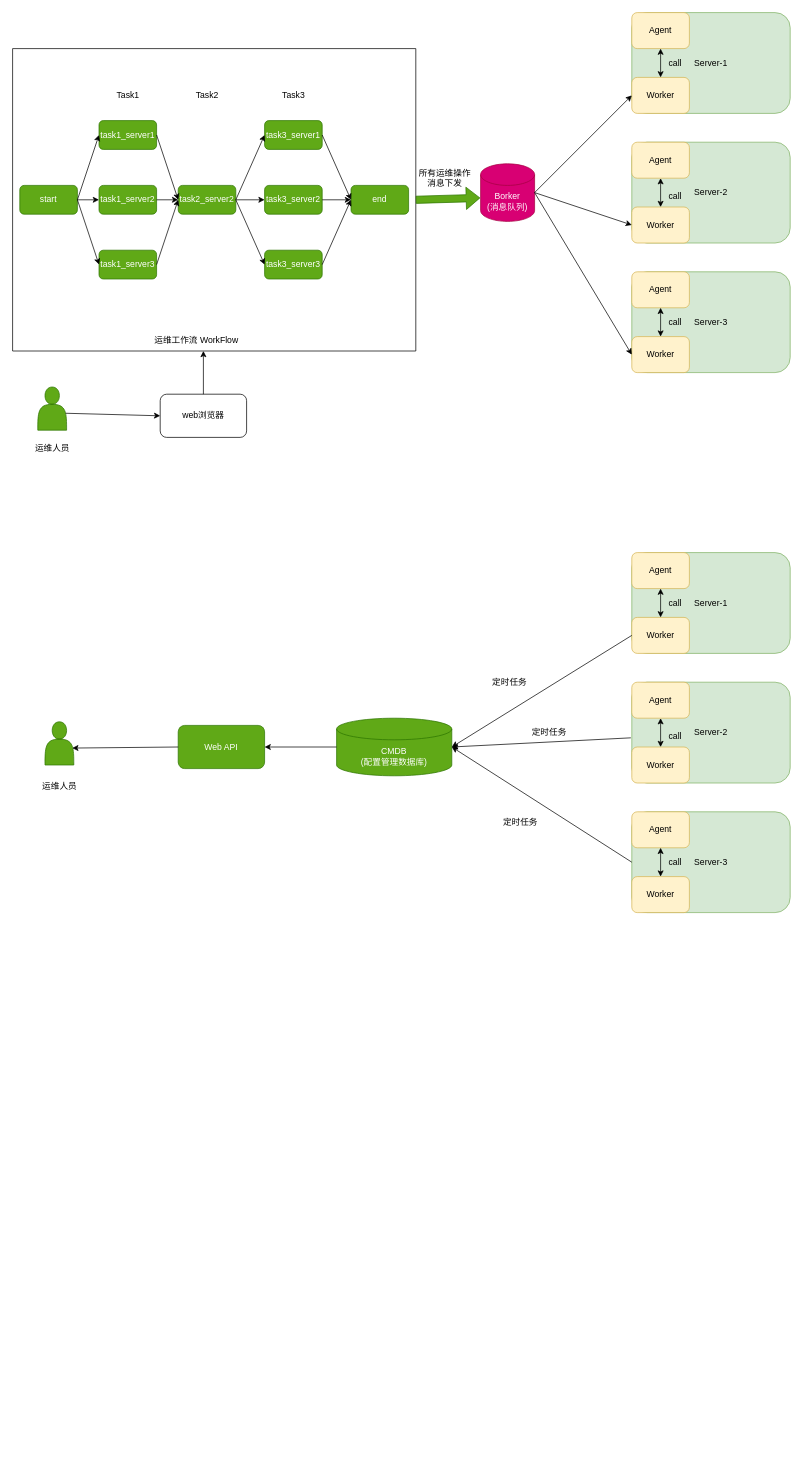
The draw.io diagram 一种基于工作流和分布式消息的IT运维平台设计方法.drawio in yihezhou/diagrams, before the edit. Source tidied: cells renumbered, new cells numbered last; positions are measured from the earlier drawing's top-left corner, leaving out a move shared by most shapes. Both pictures are drawn from the tidied source at 72%, with x=0, y=0 at pixel (12, 12).
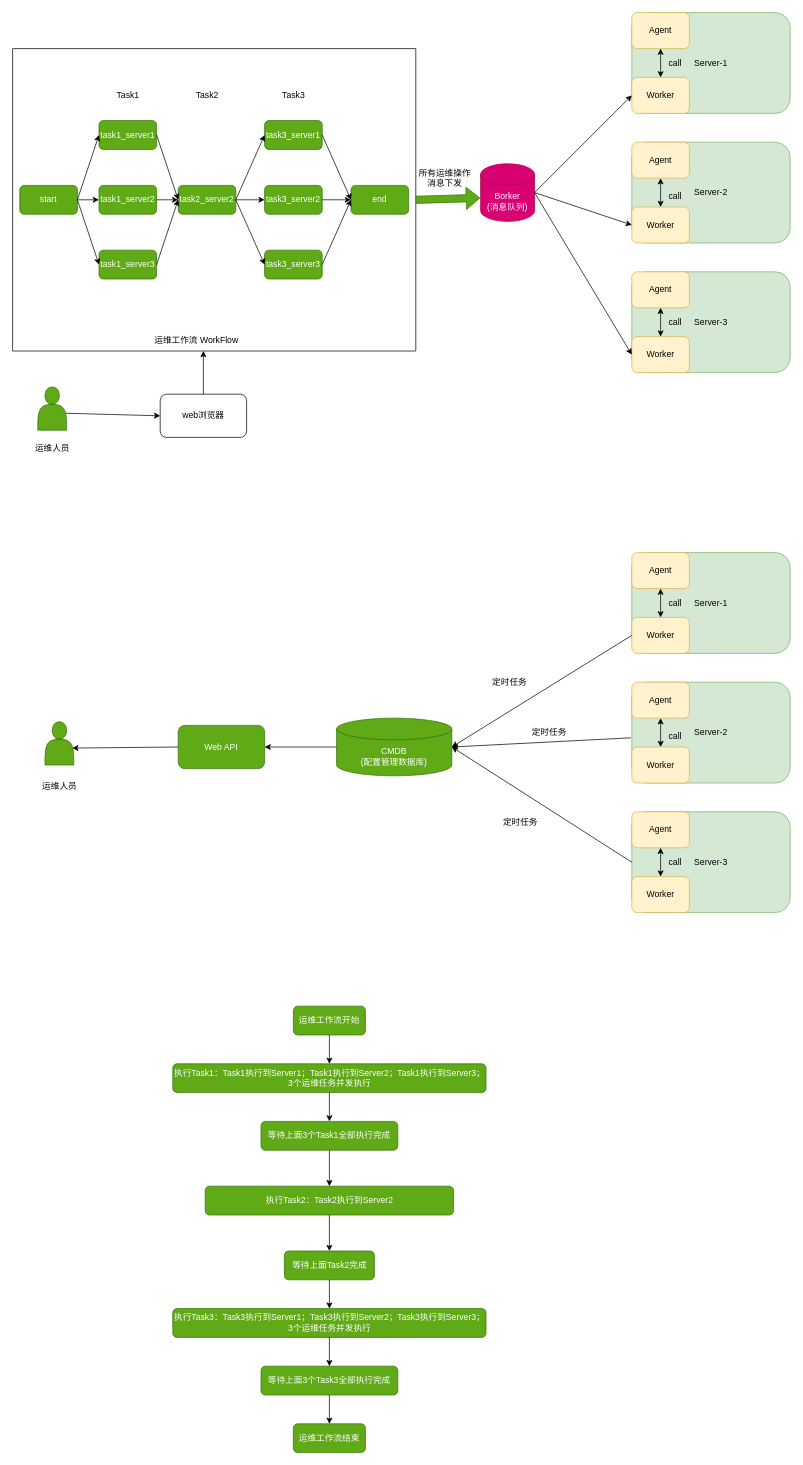
The same page after the edit.

Commit message:
更新一种基于工作流和分布式消息的IT运维平台设计方法.drawio

Change to the diagram source:
```diff
@@
+    <mxCell id="81" value="运维工作流开始" style="rounded=1;whiteSpace=wrap;html=1;fillColor=#60a917;fontColor=#ffffff;strokeColor=#2D7600;" parent="1" vertex="1">
+      <mxGeometry x="390" y="1380" width="100" height="40" as="geometry" />
+    </mxCell>
+    <mxCell id="82" value="执行Task1：Task1执行到Server1；Task1执行到Server2；Task1执行到Server3；&lt;br&gt;3个运维任务并发执行" style="rounded=1;whiteSpace=wrap;html=1;fillColor=#60a917;fontColor=#ffffff;strokeColor=#2D7600;" parent="1" vertex="1">
+      <mxGeometry x="222.5" y="1460" width="435" height="40" as="geometry" />
+    </mxCell>
+    <mxCell id="83" value="等待上面3个Task1全部执行完成" style="rounded=1;whiteSpace=wrap;html=1;fillColor=#60a917;fontColor=#ffffff;strokeColor=#2D7600;" parent="1" vertex="1">
+      <mxGeometry x="345" y="1540" width="190" height="40" as="geometry" />
+    </mxCell>
+    <mxCell id="84" value="执行Task2：Task2执行到Server2" style="rounded=1;whiteSpace=wrap;html=1;fillColor=#60a917;fontColor=#ffffff;strokeColor=#2D7600;" parent="1" vertex="1">
+      <mxGeometry x="267.5" y="1630" width="345" height="40" as="geometry" />
+    </mxCell>
+    <mxCell id="85" value="等待上面Task2完成" style="rounded=1;whiteSpace=wrap;html=1;fillColor=#60a917;fontColor=#ffffff;strokeColor=#2D7600;" parent="1" vertex="1">
+      <mxGeometry x="377.5" y="1720" width="125" height="40" as="geometry" />
+    </mxCell>
+    <mxCell id="86" value="执行Task3：Task3执行到Server1；Task3执行到Server2；Task3执行到Server3；&lt;br&gt;3个运维任务并发执行" style="rounded=1;whiteSpace=wrap;html=1;fillColor=#60a917;fontColor=#ffffff;strokeColor=#2D7600;" parent="1" vertex="1">
+      <mxGeometry x="222.5" y="1800" width="435" height="40" as="geometry" />
+    </mxCell>
+    <mxCell id="87" value="等待上面3个Task3全部执行完成" style="rounded=1;whiteSpace=wrap;html=1;fillColor=#60a917;fontColor=#ffffff;strokeColor=#2D7600;" parent="1" vertex="1">
+      <mxGeometry x="345" y="1880" width="190" height="40" as="geometry" />
+    </mxCell>
+    <mxCell id="88" value="运维工作流结束" style="rounded=1;whiteSpace=wrap;html=1;fillColor=#60a917;fontColor=#ffffff;strokeColor=#2D7600;" parent="1" vertex="1">
+      <mxGeometry x="390" y="1960" width="100" height="40" as="geometry" />
+    </mxCell>
+    <mxCell id="89" style="endArrow=classic;html=1;rounded=0;exitX=0.5;exitY=1;exitDx=0;exitDy=0;entryX=0.5;entryY=0;entryDx=0;entryDy=0;" parent="1" edge="1" source="81" target="82">
+      <mxGeometry relative="1" as="geometry" />
+    </mxCell>
+    <mxCell id="90" style="endArrow=classic;html=1;rounded=0;exitX=0.5;exitY=1;exitDx=0;exitDy=0;entryX=0.5;entryY=0;entryDx=0;entryDy=0;" parent="1" edge="1" source="82" target="83">
+      <mxGeometry relative="1" as="geometry" />
+    </mxCell>
+    <mxCell id="91" style="endArrow=classic;html=1;rounded=0;exitX=0.5;exitY=1;exitDx=0;exitDy=0;entryX=0.5;entryY=0;entryDx=0;entryDy=0;" parent="1" edge="1" source="83" target="84">
+      <mxGeometry relative="1" as="geometry" />
+    </mxCell>
+    <mxCell id="92" style="endArrow=classic;html=1;rounded=0;exitX=0.5;exitY=1;exitDx=0;exitDy=0;entryX=0.5;entryY=0;entryDx=0;entryDy=0;" parent="1" edge="1" source="84" target="85">
+      <mxGeometry relative="1" as="geometry" />
+    </mxCell>
+    <mxCell id="93" style="endArrow=classic;html=1;rounded=0;exitX=0.5;exitY=1;exitDx=0;exitDy=0;entryX=0.5;entryY=0;entryDx=0;entryDy=0;" parent="1" edge="1" source="85" target="86">
+      <mxGeometry relative="1" as="geometry" />
+    </mxCell>
+    <mxCell id="94" style="endArrow=classic;html=1;rounded=0;exitX=0.5;exitY=1;exitDx=0;exitDy=0;" parent="1" edge="1" source="86" target="87">
+      <mxGeometry relative="1" as="geometry" />
+    </mxCell>
+    <mxCell id="95" style="endArrow=classic;html=1;rounded=0;exitX=0.5;exitY=1;exitDx=0;exitDy=0;entryX=0.5;entryY=0;entryDx=0;entryDy=0;" parent="1" edge="1" source="87" target="88">
+      <mxGeometry relative="1" as="geometry" />
+    </mxCell>
```
